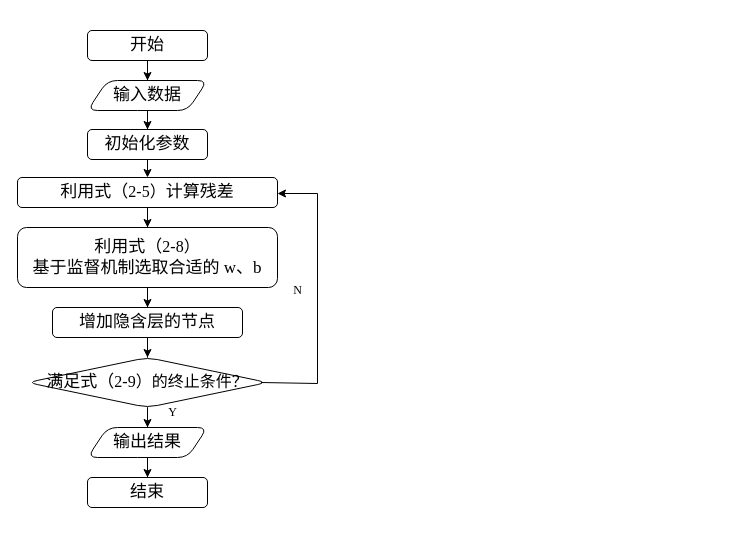
Above: SSA流程图.drawio in hmh38324/diagrams (draw.io), before the change. Source tidied: cells renumbered, new cells numbered last; positions are measured from the earlier drawing's top-left corner, leaving out a move shared by most shapes. Both pictures are drawn from the tidied source at 100%, with x=0, y=0 at pixel (17, 30).
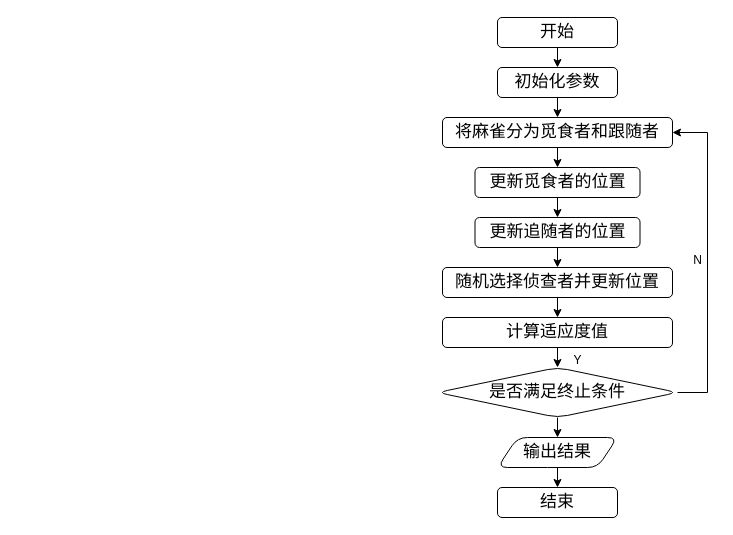
The same page after the edit.

Commit message (it also covers changes not shown here):
更新SSA流程图.drawio

Diff of the diagram source:
```diff
@@
-    <mxCell id="2" style="edgeStyle=orthogonalEdgeStyle;rounded=0;jettySize=auto;html=1;fontFamily=Times New Roman;" parent="1" edge="1" source="3" target="5">
-      <mxGeometry relative="1" as="geometry" />
-    </mxCell>
+    <mxCell id="22" style="edgeStyle=orthogonalEdgeStyle;rounded=0;jettySize=auto;html=1;exitX=0.5;exitY=1;exitDx=0;exitDy=0;entryX=0.5;entryY=0;entryDx=0;entryDy=0;" parent="1" edge="1" source="3" target="7">
+      <mxGeometry relative="1" as="geometry" />
+    </mxCell>
     <mxCell id="3" value="开始" style="rounded=1;whiteSpace=wrap;html=1;fontSize=17;fontFamily=Times New Roman;" parent="1" vertex="1">
-      <mxGeometry x="70" width="120" height="30" as="geometry" />
+      <mxGeometry x="480" y="-13" width="120" height="30" as="geometry" />
     </mxCell>
-    <mxCell id="4" style="edgeStyle=orthogonalEdgeStyle;rounded=0;jettySize=auto;html=1;fontFamily=Times New Roman;" parent="1" edge="1" source="5" target="7">
-      <mxGeometry relative="1" as="geometry" />
-    </mxCell>
-    <mxCell id="5" value="输入数据" style="shape=parallelogram;perimeter=parallelogramPerimeter;whiteSpace=wrap;html=1;fixedSize=1;fontSize=17;rounded=1;fontFamily=Times New Roman;" parent="1" vertex="1">
-      <mxGeometry x="70" y="50" width="120" height="30" as="geometry" />
-    </mxCell>
-    <mxCell id="6" style="edgeStyle=orthogonalEdgeStyle;rounded=0;jettySize=auto;html=1;exitX=0.5;exitY=1;exitDx=0;exitDy=0;entryX=0.5;entryY=0;entryDx=0;entryDy=0;fontFamily=Times New Roman;" parent="1" edge="1" source="7" target="9">
-      <mxGeometry relative="1" as="geometry" />
-    </mxCell>
+    <mxCell id="23" style="edgeStyle=orthogonalEdgeStyle;rounded=0;jettySize=auto;html=1;exitX=0.5;exitY=1;exitDx=0;exitDy=0;entryX=0.5;entryY=0;entryDx=0;entryDy=0;" parent="1" edge="1" source="7" target="25">
+      <mxGeometry relative="1" as="geometry" />
+    </mxCell>
     <mxCell id="7" value="初始化参数" style="whiteSpace=wrap;html=1;fontSize=17;rounded=1;fontFamily=Times New Roman;" parent="1" vertex="1">
-      <mxGeometry x="70" y="99" width="120" height="30" as="geometry" />
+      <mxGeometry x="480" y="37" width="120" height="30" as="geometry" />
     </mxCell>
-    <mxCell id="8" style="edgeStyle=orthogonalEdgeStyle;rounded=0;jettySize=auto;html=1;fontFamily=Times New Roman;" parent="1" edge="1" source="9" target="11">
-      <mxGeometry relative="1" as="geometry" />
-    </mxCell>
-    <mxCell id="9" value="利用式（&lt;span style=&quot;font-size: 12pt; text-align: start;&quot; lang=&quot;EN-US&quot;&gt;2-5&lt;/span&gt;&lt;span style=&quot;font-size: 12pt; text-align: start;&quot;&gt;）&lt;/span&gt;计算残差" style="whiteSpace=wrap;html=1;fontSize=17;rounded=1;fontFamily=Times New Roman;" parent="1" vertex="1">
-      <mxGeometry y="147" width="260" height="30" as="geometry" />
-    </mxCell>
-    <mxCell id="10" style="edgeStyle=orthogonalEdgeStyle;rounded=0;jettySize=auto;html=1;fontFamily=Times New Roman;" parent="1" edge="1" source="11" target="13">
-      <mxGeometry relative="1" as="geometry" />
-    </mxCell>
-    <mxCell id="11" value="利用式（&lt;span style=&quot;font-size: 12pt; text-align: start;&quot; lang=&quot;EN-US&quot;&gt;2-8&lt;/span&gt;&lt;span style=&quot;font-size: 12pt; text-align: start;&quot;&gt;）&lt;/span&gt;&lt;span style=&quot;font-size: medium; text-align: start;&quot;&gt;&lt;/span&gt;&lt;br&gt;基于监督机制选取合适的 w、b" style="whiteSpace=wrap;html=1;fontSize=17;rounded=1;fontFamily=Times New Roman;" parent="1" vertex="1">
-      <mxGeometry y="197" width="260" height="60" as="geometry" />
-    </mxCell>
-    <mxCell id="12" style="edgeStyle=orthogonalEdgeStyle;rounded=0;jettySize=auto;html=1;fontFamily=Times New Roman;" parent="1" edge="1" source="13" target="15">
-      <mxGeometry relative="1" as="geometry" />
-    </mxCell>
-    <mxCell id="13" value="增加隐含层的节点" style="rounded=1;whiteSpace=wrap;html=1;fontSize=17;fontFamily=Times New Roman;" parent="1" vertex="1">
-      <mxGeometry x="35" y="277" width="190" height="30" as="geometry" />
-    </mxCell>
-    <mxCell id="14" style="edgeStyle=orthogonalEdgeStyle;rounded=0;jettySize=auto;html=1;fontFamily=Times New Roman;" parent="1" edge="1" source="15" target="18">
-      <mxGeometry relative="1" as="geometry" />
-    </mxCell>
-    <mxCell id="15" value="满足式（&lt;span style=&quot;font-size: 12pt; text-align: start;&quot; lang=&quot;EN-US&quot;&gt;2-9&lt;/span&gt;&lt;span style=&quot;font-size: 12pt; text-align: start;&quot;&gt;）的终止条件？&lt;/span&gt;&lt;span style=&quot;font-size: medium; text-align: start;&quot;&gt;&lt;/span&gt;" style="rhombus;whiteSpace=wrap;html=1;fontSize=17;rounded=1;fontFamily=Times New Roman;" parent="1" vertex="1">
-      <mxGeometry x="10" y="327" width="240" height="50" as="geometry" />
-    </mxCell>
-    <mxCell id="16" value="结束" style="rounded=1;whiteSpace=wrap;html=1;fontSize=17;fontFamily=Times New Roman;" parent="1" vertex="1">
-      <mxGeometry x="70" y="447" width="120" height="30" as="geometry" />
-    </mxCell>
+    <mxCell id="24" style="edgeStyle=orthogonalEdgeStyle;rounded=0;jettySize=auto;html=1;exitX=0.5;exitY=1;exitDx=0;exitDy=0;entryX=0.5;entryY=0;entryDx=0;entryDy=0;" parent="1" edge="1" source="25" target="27">
+      <mxGeometry relative="1" as="geometry" />
+    </mxCell>
+    <mxCell id="25" value="将麻雀分为觅食者和跟随者" style="whiteSpace=wrap;html=1;fontSize=17;rounded=1;fontFamily=Times New Roman;" parent="1" vertex="1">
+      <mxGeometry x="425" y="87" width="230" height="30" as="geometry" />
+    </mxCell>
+    <mxCell id="26" style="edgeStyle=orthogonalEdgeStyle;rounded=0;jettySize=auto;html=1;exitX=0.5;exitY=1;exitDx=0;exitDy=0;entryX=0.5;entryY=0;entryDx=0;entryDy=0;" parent="1" edge="1" source="27" target="29">
+      <mxGeometry relative="1" as="geometry" />
+    </mxCell>
+    <mxCell id="27" value="更新觅食者的位置" style="whiteSpace=wrap;html=1;fontSize=17;rounded=1;fontFamily=Times New Roman;" parent="1" vertex="1">
+      <mxGeometry x="457.5" y="137" width="165" height="30" as="geometry" />
+    </mxCell>
+    <mxCell id="28" style="edgeStyle=orthogonalEdgeStyle;rounded=0;jettySize=auto;html=1;exitX=0.5;exitY=1;exitDx=0;exitDy=0;entryX=0.5;entryY=0;entryDx=0;entryDy=0;" parent="1" edge="1" source="29" target="31">
+      <mxGeometry relative="1" as="geometry" />
+    </mxCell>
+    <mxCell id="29" value="更新追随者的位置" style="whiteSpace=wrap;html=1;fontSize=17;rounded=1;fontFamily=Times New Roman;" parent="1" vertex="1">
+      <mxGeometry x="457.5" y="187" width="165" height="30" as="geometry" />
+    </mxCell>
+    <mxCell id="30" style="edgeStyle=orthogonalEdgeStyle;rounded=0;jettySize=auto;html=1;exitX=0.5;exitY=1;exitDx=0;exitDy=0;entryX=0.5;entryY=0;entryDx=0;entryDy=0;" parent="1" edge="1" source="31" target="33">
+      <mxGeometry relative="1" as="geometry" />
+    </mxCell>
+    <mxCell id="31" value="随机选择侦查者并更新位置" style="whiteSpace=wrap;html=1;fontSize=17;rounded=1;fontFamily=Times New Roman;" parent="1" vertex="1">
+      <mxGeometry x="425" y="237" width="230" height="30" as="geometry" />
+    </mxCell>
+    <mxCell id="32" style="edgeStyle=orthogonalEdgeStyle;rounded=0;jettySize=auto;html=1;exitX=0.5;exitY=1;exitDx=0;exitDy=0;entryX=0.5;entryY=0;entryDx=0;entryDy=0;" parent="1" edge="1" source="33" target="36">
+      <mxGeometry relative="1" as="geometry" />
+    </mxCell>
+    <mxCell id="33" value="计算适应度值" style="whiteSpace=wrap;html=1;fontSize=17;rounded=1;fontFamily=Times New Roman;" parent="1" vertex="1">
+      <mxGeometry x="425" y="287" width="230" height="30" as="geometry" />
+    </mxCell>
+    <mxCell id="34" style="edgeStyle=orthogonalEdgeStyle;rounded=0;jettySize=auto;html=1;exitX=0.5;exitY=1;exitDx=0;exitDy=0;entryX=0.5;entryY=0;entryDx=0;entryDy=0;" parent="1" edge="1" source="36" target="18">
+      <mxGeometry relative="1" as="geometry" />
+    </mxCell>
+    <mxCell id="35" style="edgeStyle=orthogonalEdgeStyle;rounded=0;jettySize=auto;html=1;exitX=1;exitY=0.5;exitDx=0;exitDy=0;entryX=1;entryY=0.5;entryDx=0;entryDy=0;" parent="1" edge="1" source="36" target="25">
+      <mxGeometry relative="1" as="geometry">
+        <Array as="points">
+          <mxPoint x="690" y="362" />
+          <mxPoint x="690" y="102" />
+        </Array>
+      </mxGeometry>
+    </mxCell>
+    <mxCell id="36" value="是否满足终止条件" style="rhombus;whiteSpace=wrap;html=1;fontSize=17;rounded=1;fontFamily=Times New Roman;" parent="1" vertex="1">
+      <mxGeometry x="420" y="337" width="240" height="50" as="geometry" />
+    </mxCell>
-    <mxCell id="17" style="edgeStyle=orthogonalEdgeStyle;rounded=0;jettySize=auto;html=1;exitX=0.5;exitY=1;exitDx=0;exitDy=0;fontFamily=Times New Roman;" parent="1" edge="1" source="18" target="16">
+    <mxCell id="17" style="edgeStyle=orthogonalEdgeStyle;rounded=0;jettySize=auto;html=1;exitX=0.5;exitY=1;exitDx=0;exitDy=0;entryX=0.5;entryY=0;entryDx=0;entryDy=0;" parent="1" edge="1" source="18" target="16">
       <mxGeometry relative="1" as="geometry" />
     </mxCell>
     <mxCell id="18" value="输出结果" style="shape=parallelogram;perimeter=parallelogramPerimeter;whiteSpace=wrap;html=1;fixedSize=1;fontSize=17;rounded=1;fontFamily=Times New Roman;" parent="1" vertex="1">
-      <mxGeometry x="70" y="397" width="120" height="30" as="geometry" />
+      <mxGeometry x="480" y="407" width="120" height="30" as="geometry" />
     </mxCell>
-    <mxCell id="19" style="endArrow=classic;html=1;rounded=0;entryX=1;entryY=0.5;entryDx=0;entryDy=0;exitX=0.973;exitY=0.48;exitDx=0;exitDy=0;exitPerimeter=0;fontFamily=Times New Roman;" parent="1" edge="1">
-      <mxGeometry relative="1" as="geometry">
-        <mxPoint x="243.5" y="352" as="sourcePoint" />
-        <mxPoint x="260" y="163" as="targetPoint" />
-        <Array as="points">
-          <mxPoint x="300" y="353" />
-          <mxPoint x="300" y="163" />
-        </Array>
-      </mxGeometry>
-    </mxCell>
+    <mxCell id="16" value="结束" style="rounded=1;whiteSpace=wrap;html=1;fontSize=17;fontFamily=Times New Roman;" parent="1" vertex="1">
+      <mxGeometry x="480" y="457" width="120" height="30" as="geometry" />
+    </mxCell>
-    <mxCell id="20" value="N" style="text;html=1;align=center;verticalAlign=middle;strokeColor=none;fillColor=none;fontFamily=Times New Roman;" parent="1" vertex="1">
-      <mxGeometry x="265" y="245" width="30" height="30" as="geometry" />
+    <mxCell id="20" value="N" style="text;html=1;align=center;verticalAlign=middle;strokeColor=none;fillColor=none;" parent="1" vertex="1">
+      <mxGeometry x="665" y="215" width="30" height="30" as="geometry" />
     </mxCell>
-    <mxCell id="21" value="Y" style="text;html=1;align=center;verticalAlign=middle;strokeColor=none;fillColor=none;fontFamily=Times New Roman;" parent="1" vertex="1">
-      <mxGeometry x="140" y="367" width="30" height="30" as="geometry" />
+    <mxCell id="21" value="Y" style="text;html=1;align=center;verticalAlign=middle;strokeColor=none;fillColor=none;" parent="1" vertex="1">
+      <mxGeometry x="545" y="315" width="30" height="30" as="geometry" />
     </mxCell>
```
